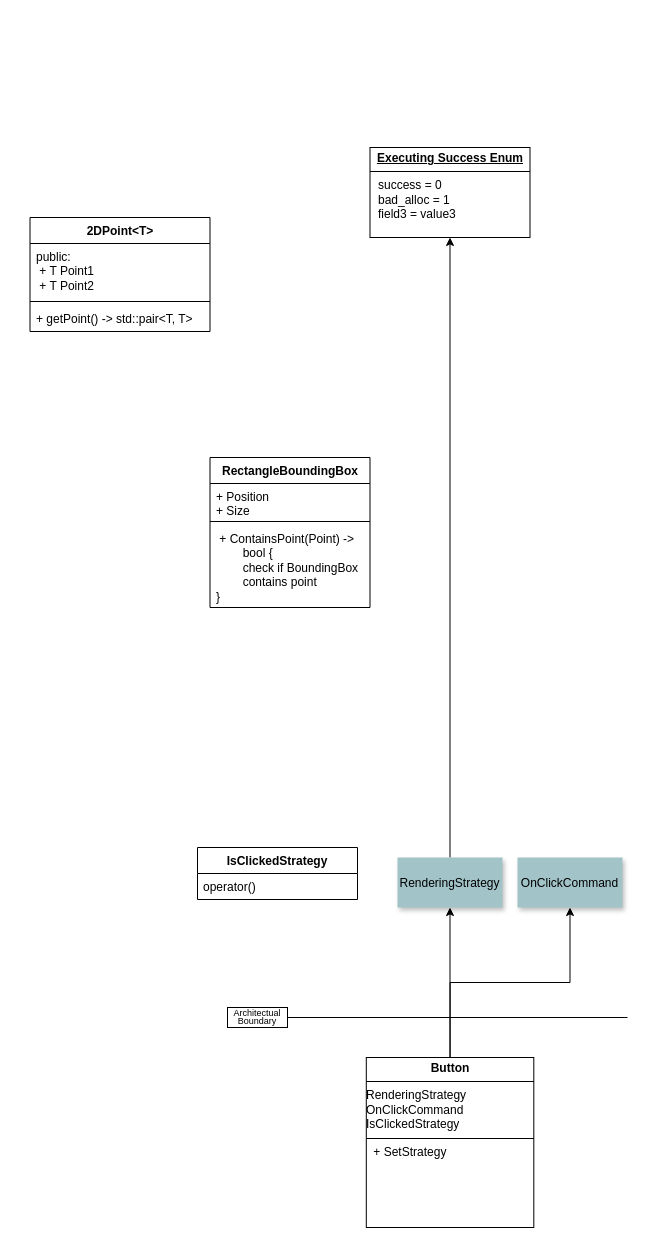
Above: Button.drawio in OziumPutares/techInJournalling (draw.io), before the change. Source tidied: cells renumbered, new cells numbered last; positions are measured from the earlier drawing's top-left corner, leaving out a move shared by most shapes. Both pictures are drawn from the tidied source at 100%, with x=0, y=0 at pixel (29, 147).
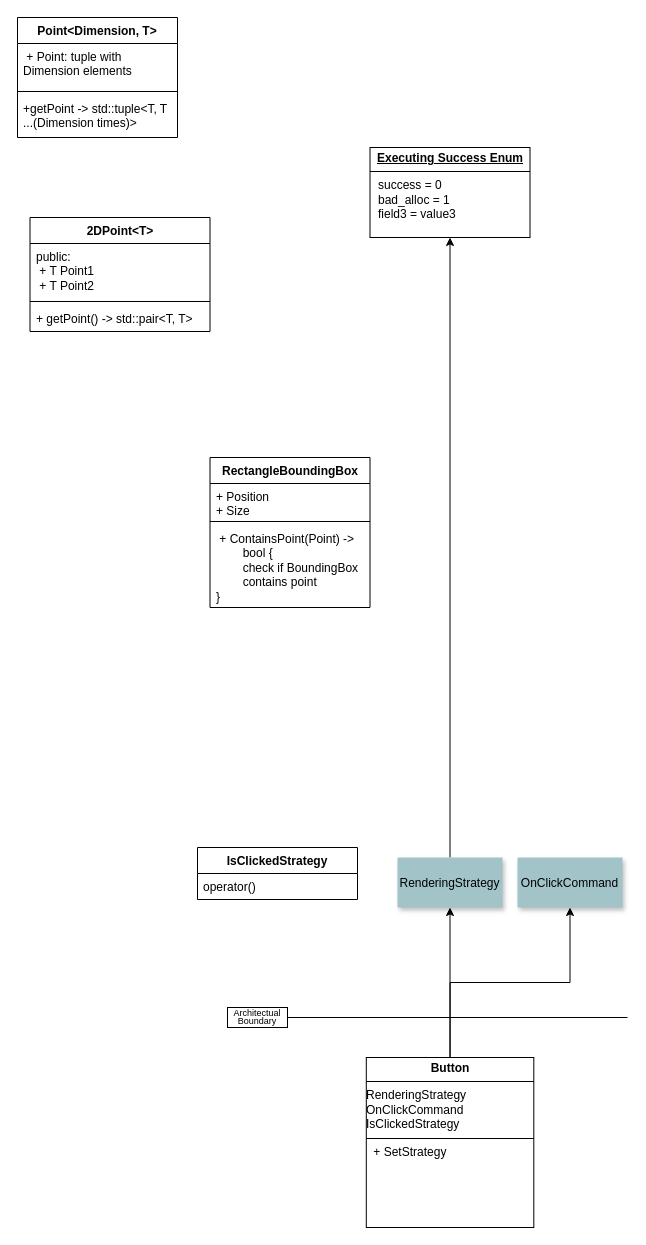
The same page after the edit.

What changed in the source:
```diff
@@
+    <mxCell id="21" value="Point&amp;lt;Dimension, T&amp;gt;" style="swimlane;fontStyle=1;align=center;verticalAlign=top;horizontal=1;startSize=26;whiteSpace=wrap;html=1;" parent="1" vertex="1">
+      <mxGeometry x="-12" y="-130" width="160" height="120" as="geometry" />
+    </mxCell>
+    <mxCell id="22" value="&amp;nbsp;+ Point: tuple with Dimension elements" style="text;strokeColor=none;fillColor=none;align=left;verticalAlign=top;spacingLeft=4;spacingRight=4;overflow=hidden;whiteSpace=wrap;html=1;" parent="21" vertex="1">
+      <mxGeometry y="26" width="160" height="44" as="geometry" />
+    </mxCell>
+    <mxCell id="23" style="line;strokeWidth=1;fillColor=none;align=left;verticalAlign=middle;spacingTop=-1;spacingLeft=3;spacingRight=3;labelPosition=right;strokeColor=inherit;" parent="21" vertex="1">
+      <mxGeometry y="70" width="160" height="8" as="geometry" />
+    </mxCell>
+    <mxCell id="24" value="+getPoint -&amp;gt; std::tuple&amp;lt;T, T ...(Dimension times)&amp;gt;" style="text;strokeColor=none;fillColor=none;align=left;verticalAlign=top;spacingLeft=4;spacingRight=4;overflow=hidden;whiteSpace=wrap;html=1;" parent="21" vertex="1">
+      <mxGeometry y="78" width="160" height="42" as="geometry" />
+    </mxCell>
```
